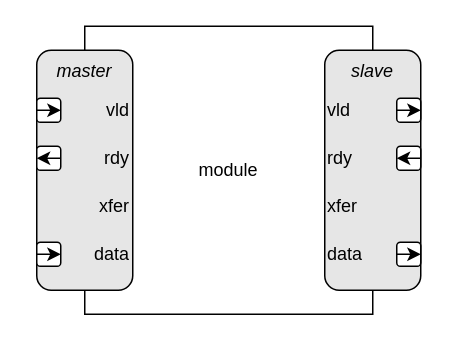
Earlier version of the draw.io diagram doc/lib_ds/draw/ds_if/bd_modport.drawio (CsehPeter/Sylox). Source tidied: cells renumbered, new cells numbered last; positions are measured from the earlier drawing's top-left corner, leaving out a move shared by most shapes. Both pictures are drawn from the tidied source at 150%, with x=0, y=0 at pixel (36, 26).
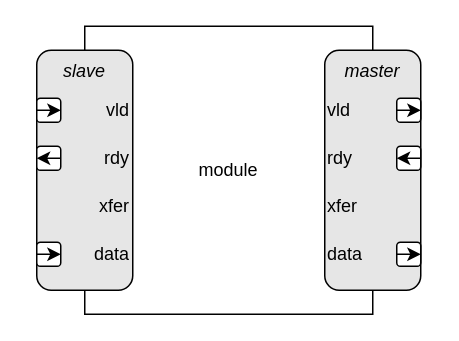
The same diagram, later.

The edit, as a diff of the source:
```diff
@@
-    <mxCell id="3" value="&lt;i&gt;master&lt;/i&gt;" style="rounded=1;whiteSpace=wrap;html=1;verticalAlign=top;fillColor=#E6E6E6;" parent="1" vertex="1">
+    <mxCell id="3" value="&lt;i&gt;slave&lt;/i&gt;" style="rounded=1;whiteSpace=wrap;html=1;verticalAlign=top;fillColor=#E6E6E6;" parent="1" vertex="1">
       <mxGeometry y="16" width="64" height="160" as="geometry" />
     </mxCell>
@@
-    <mxCell id="14" value="&lt;i&gt;slave&lt;/i&gt;" style="rounded=1;whiteSpace=wrap;html=1;verticalAlign=top;fillColor=#E6E6E6;" parent="1" vertex="1">
+    <mxCell id="14" value="&lt;i&gt;master&lt;/i&gt;" style="rounded=1;whiteSpace=wrap;html=1;verticalAlign=top;fillColor=#E6E6E6;" parent="1" vertex="1">
       <mxGeometry x="192" y="16" width="64" height="160" as="geometry" />
     </mxCell>
```
